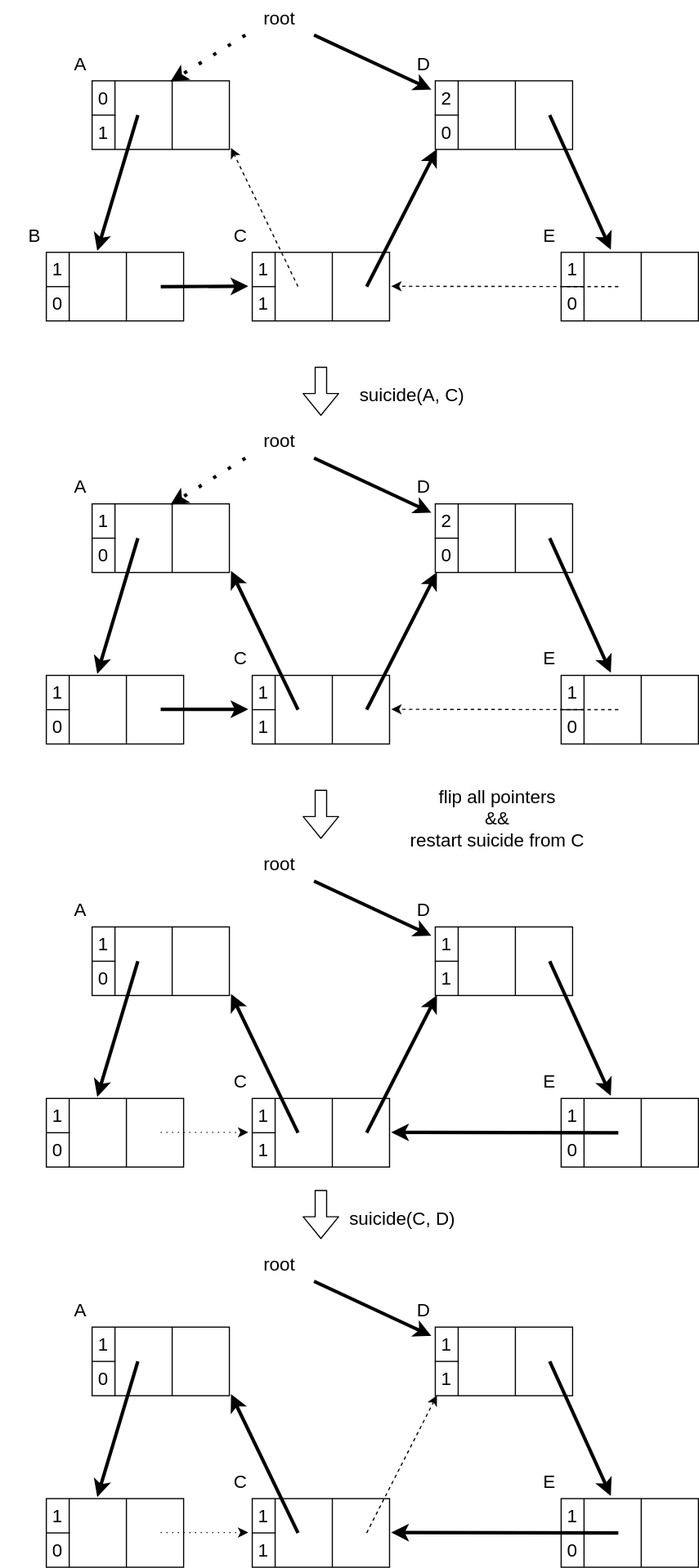
drop-stones/slides keeps this draw.io diagram as assets/img/lecture_materials/GarbageCollection/ch3/success-delete-loop.drawio.svg. Above is the earlier version. Source tidied: cells renumbered, new cells last; positions are measured from the earlier drawing's top-left corner, leaving out a move shared by most shapes.
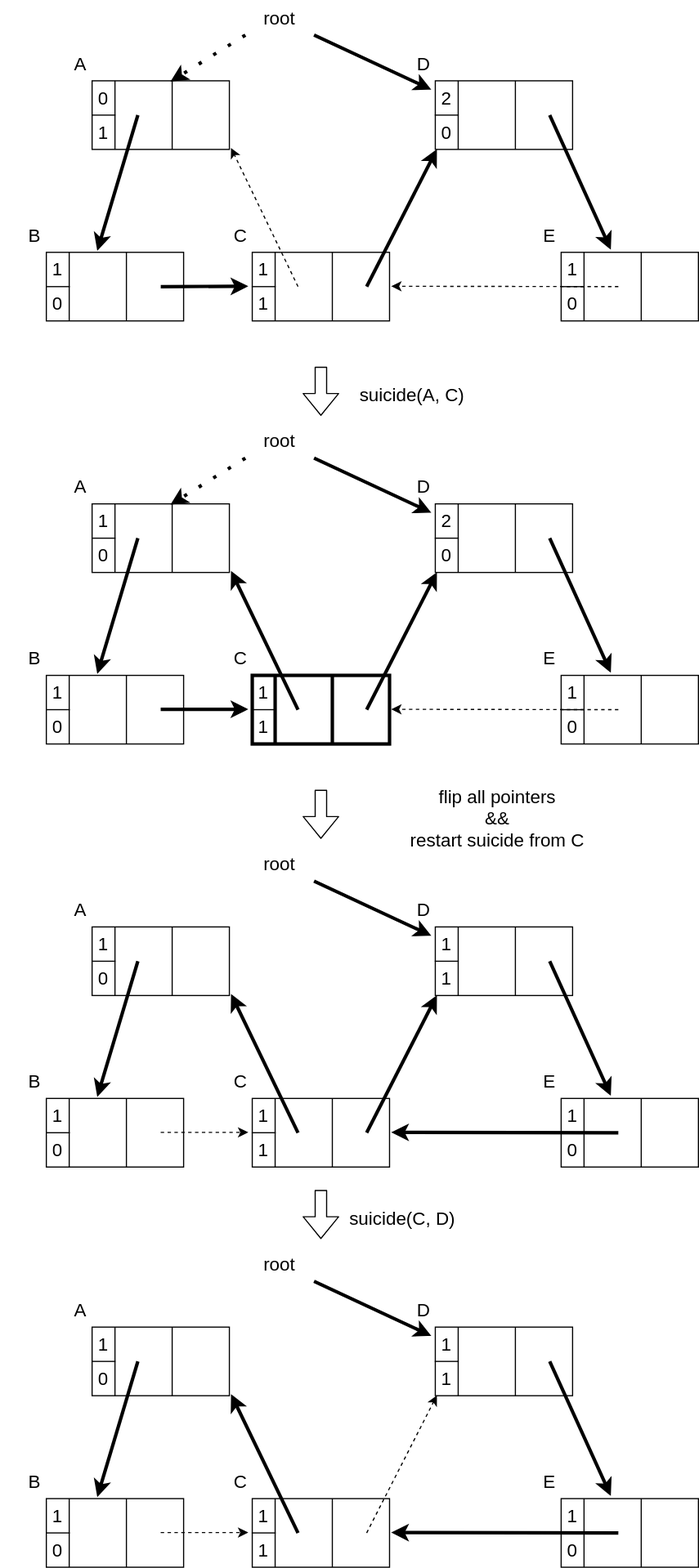
The same diagram one commit later.

Diff of the diagram source:
```diff
@@ -358,7 +358,7 @@
     <mxCell id="113" style="group;" parent="1" vertex="1">
       <mxGeometry x="180" y="560" width="110" height="90" as="geometry" />
     </mxCell>
-    <mxCell id="114" style="shape=table;startSize=0;fillColor=none;fontSize=16;rowLines=0;" parent="113" vertex="1">
+    <mxCell id="114" style="shape=table;startSize=0;fillColor=none;fontSize=16;rowLines=0;strokeWidth=3;" parent="113" vertex="1">
       <mxGeometry x="40" y="30" width="120" height="60" as="geometry" />
     </mxCell>
     <mxCell id="115" style="shape=partialRectangle;fillColor=none;top=0;left=0;bottom=0;right=0;" parent="114" vertex="1">
@@ -643,7 +643,7 @@
         <mxPoint x="90" y="60" as="sourcePoint" />
       </mxGeometry>
     </mxCell>
-    <mxCell id="203" style="endArrow=classic;html=1;fontSize=16;entryX=-0.029;entryY=-0.011;entryDx=0;entryDy=0;strokeWidth=1;entryPerimeter=0;exitX=0.833;exitY=-0.011;exitDx=0;exitDy=0;exitPerimeter=0;dashed=1;dashPattern=1 4;" parent="1" edge="1" source="45" target="172">
+    <mxCell id="203" style="endArrow=classic;html=1;fontSize=16;entryX=-0.029;entryY=-0.011;entryDx=0;entryDy=0;strokeWidth=1;entryPerimeter=0;exitX=0.833;exitY=-0.011;exitDx=0;exitDy=0;exitPerimeter=0;dashed=1;" parent="1" edge="1" source="45" target="172">
       <mxGeometry relative="1" as="geometry" />
     </mxCell>
     <mxCell id="204" style="group;" parent="1" vertex="1">
@@ -821,8 +821,17 @@
         <mxPoint x="90" y="60" as="sourcePoint" />
       </mxGeometry>
     </mxCell>
-    <mxCell id="258" style="endArrow=classic;html=1;fontSize=16;entryX=-0.029;entryY=-0.011;entryDx=0;entryDy=0;strokeWidth=1;entryPerimeter=0;exitX=0.833;exitY=-0.011;exitDx=0;exitDy=0;exitPerimeter=0;dashed=1;dashPattern=1 4;" parent="1" edge="1" source="54" target="227">
+    <mxCell id="258" style="endArrow=classic;html=1;fontSize=16;entryX=-0.029;entryY=-0.011;entryDx=0;entryDy=0;strokeWidth=1;entryPerimeter=0;exitX=0.833;exitY=-0.011;exitDx=0;exitDy=0;exitPerimeter=0;dashed=1;" parent="1" edge="1" source="54" target="227">
       <mxGeometry relative="1" as="geometry" />
     </mxCell>
+    <mxCell id="259" value="&lt;font style=&quot;font-size: 16px&quot;&gt;B&lt;/font&gt;" style="text;html=1;strokeColor=none;fillColor=none;align=center;verticalAlign=middle;whiteSpace=wrap;rounded=0;" parent="1" vertex="1">
+      <mxGeometry y="560" width="60" height="30" as="geometry" />
+    </mxCell>
+    <mxCell id="260" value="&lt;font style=&quot;font-size: 16px&quot;&gt;B&lt;/font&gt;" style="text;html=1;strokeColor=none;fillColor=none;align=center;verticalAlign=middle;whiteSpace=wrap;rounded=0;" parent="1" vertex="1">
+      <mxGeometry y="930" width="60" height="30" as="geometry" />
+    </mxCell>
+    <mxCell id="261" value="&lt;font style=&quot;font-size: 16px&quot;&gt;B&lt;/font&gt;" style="text;html=1;strokeColor=none;fillColor=none;align=center;verticalAlign=middle;whiteSpace=wrap;rounded=0;" parent="1" vertex="1">
+      <mxGeometry y="1280" width="60" height="30" as="geometry" />
+    </mxCell>
   </root>
 </mxGraphModel>
```
